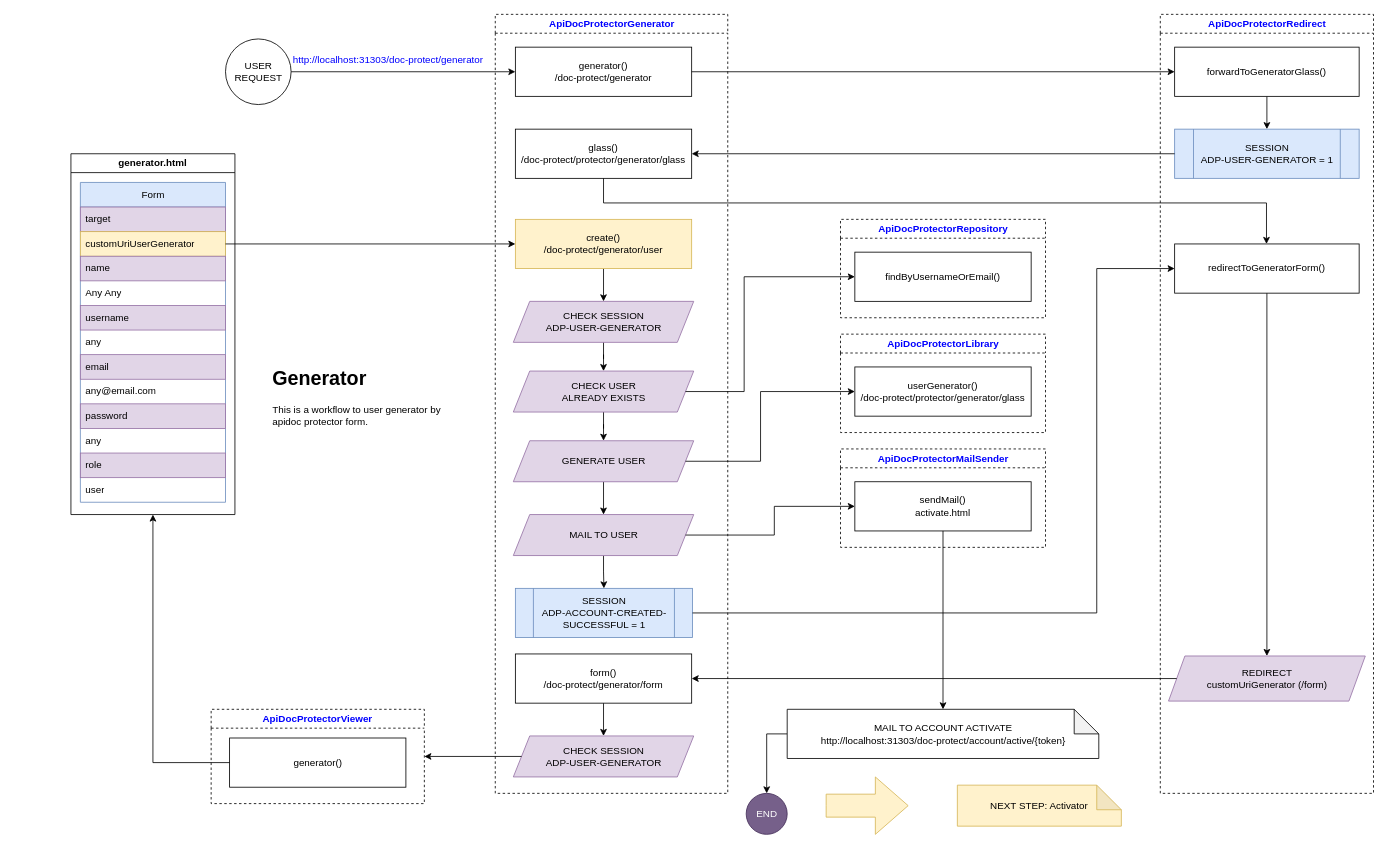
Above: page "Generator" (2 of 10) of midias/diagram-flow.drawio in huntercodexs/apidocprotector (draw.io), before the change. Source tidied: cells renumbered, new cells numbered last; positions are measured from the earlier drawing's top-left corner, leaving out a move shared by most shapes. Both pictures are drawn from the tidied source at 82%, with x=0, y=0 at pixel (71, 14).
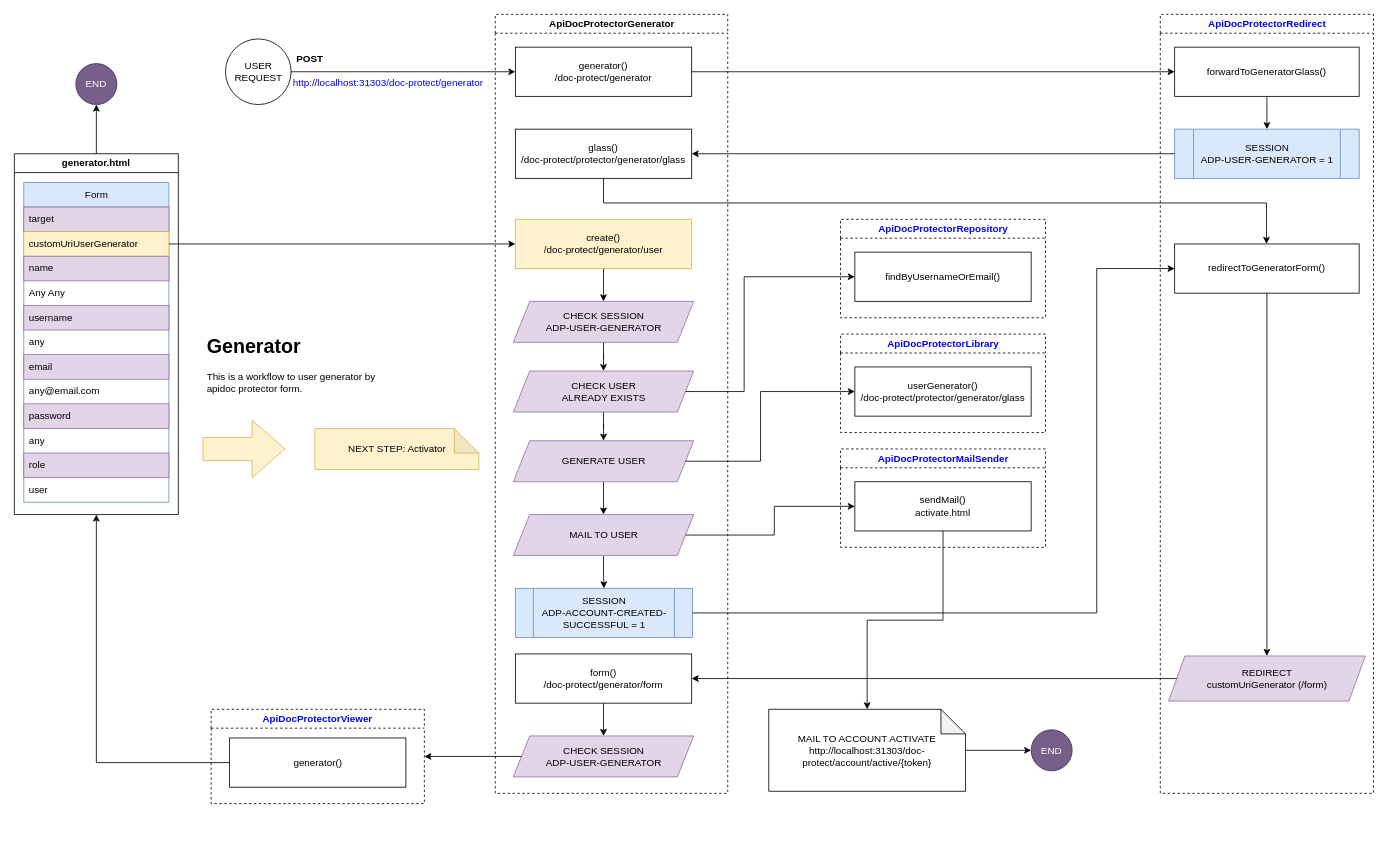
After the change.

Diff of the diagram source:
```diff
@@
     <mxCell id="4" value="http://localhost:31303/doc-protect/generator" style="text;whiteSpace=wrap;html=1;fontColor=#0000FF;" parent="1" vertex="1">
-      <mxGeometry x="268.5" y="42" width="240" height="20" as="geometry" />
+      <mxGeometry x="268.5" y="70" width="240" height="20" as="geometry" />
     </mxCell>
-    <mxCell id="5" value="ApiDocProtectorGenerator" style="swimlane;whiteSpace=wrap;html=1;fontColor=#0000FF;dashed=1;" parent="1" vertex="1">
+    <mxCell id="5" value="ApiDocProtectorGenerator" style="swimlane;whiteSpace=wrap;html=1;dashed=1;" parent="1" vertex="1">
       <mxGeometry x="517.5" width="283.5" height="950" as="geometry" />
     </mxCell>
@@
+    <mxCell id="69" style="edgeStyle=orthogonalEdgeStyle;rounded=0;jettySize=auto;html=1;" parent="1" edge="1" source="39" target="72">
+      <mxGeometry relative="1" as="geometry" />
+    </mxCell>
-    <mxCell id="39" value="generator.html" style="swimlane;whiteSpace=wrap;html=1;fontColor=#000000;" parent="1" vertex="1">
-      <mxGeometry y="170" width="200" height="440" as="geometry" />
+    <mxCell id="39" value="generator.html" style="swimlane;whiteSpace=wrap;html=1;" parent="1" vertex="1">
+      <mxGeometry x="-69" y="170" width="200" height="440" as="geometry" />
     </mxCell>
@@
-    <mxCell id="56" style="edgeStyle=orthogonalEdgeStyle;rounded=0;jettySize=auto;html=1;fontColor=#000000;exitX=0;exitY=0.5;exitDx=0;exitDy=0;exitPerimeter=0;" parent="1" edge="1" source="57" target="59">
-      <mxGeometry relative="1" as="geometry" />
-    </mxCell>
+    <mxCell id="70" style="edgeStyle=orthogonalEdgeStyle;rounded=0;jettySize=auto;html=1;entryX=0;entryY=0.5;entryDx=0;entryDy=0;" parent="1" edge="1" source="57" target="71">
+      <mxGeometry relative="1" as="geometry" />
+    </mxCell>
     <mxCell id="57" value="&lt;div&gt;MAIL TO ACCOUNT ACTIVATE&lt;/div&gt;&lt;div&gt;http://localhost:31303/doc-protect/account/active/{token}&lt;br&gt;&lt;/div&gt;" style="shape=note;whiteSpace=wrap;html=1;backgroundOutline=1;darkOpacity=0.05;fontColor=#000000;" parent="1" vertex="1">
-      <mxGeometry x="873.5" y="847.5" width="380" height="60" as="geometry" />
+      <mxGeometry x="851" y="847.5" width="240" height="100" as="geometry" />
     </mxCell>
@@
-    <mxCell id="59" value="END" style="ellipse;whiteSpace=wrap;html=1;fontColor=#ffffff;fillColor=#76608a;strokeColor=#432D57;" parent="1" vertex="1">
-      <mxGeometry x="823.5" y="950" width="50" height="50" as="geometry" />
-    </mxCell>
     <mxCell id="60" value="&lt;div&gt;NEXT STEP: Activator&lt;br&gt;&lt;/div&gt;" style="shape=note;whiteSpace=wrap;html=1;backgroundOutline=1;darkOpacity=0.05;fillColor=#fff2cc;strokeColor=#d6b656;" parent="1" vertex="1">
-      <mxGeometry x="1081" y="940" width="200" height="50" as="geometry" />
+      <mxGeometry x="297.5" y="505" width="200" height="50" as="geometry" />
     </mxCell>
@@
     <mxCell id="62" value="&lt;h1&gt;Generator&lt;br&gt;&lt;/h1&gt;&lt;p&gt;This is a workflow to user generator by apidoc protector form.&lt;/p&gt;" style="text;html=1;strokeColor=none;fillColor=none;spacing=5;spacingTop=-20;whiteSpace=wrap;overflow=hidden;rounded=0;" parent="1" vertex="1">
-      <mxGeometry x="241" y="425" width="230" height="120" as="geometry" />
+      <mxGeometry x="161" y="385" width="230" height="120" as="geometry" />
     </mxCell>
@@
     <mxCell id="68" style="html=1;shadow=0;dashed=0;align=center;verticalAlign=middle;shape=mxgraph.arrows2.arrow;dy=0.6;dx=40;notch=0;fillColor=#fff2cc;strokeColor=#d6b656;" parent="1" vertex="1">
-      <mxGeometry x="921" y="930" width="100" height="70" as="geometry" />
+      <mxGeometry x="161" y="495" width="100" height="70" as="geometry" />
     </mxCell>
+    <mxCell id="71" value="END" style="ellipse;whiteSpace=wrap;html=1;fontColor=#ffffff;fillColor=#76608a;strokeColor=#432D57;" parent="1" vertex="1">
+      <mxGeometry x="1171" y="872.5" width="50" height="50" as="geometry" />
+    </mxCell>
+    <mxCell id="72" value="END" style="ellipse;whiteSpace=wrap;html=1;fontColor=#ffffff;fillColor=#76608a;strokeColor=#432D57;" parent="1" vertex="1">
+      <mxGeometry x="6" y="60" width="50" height="50" as="geometry" />
+    </mxCell>
+    <mxCell id="73" value="POST" style="text;html=1;align=center;verticalAlign=middle;strokeColor=none;fillColor=none;fontStyle=1;" parent="1" vertex="1">
+      <mxGeometry x="261" y="40" width="60" height="30" as="geometry" />
+    </mxCell>
```
